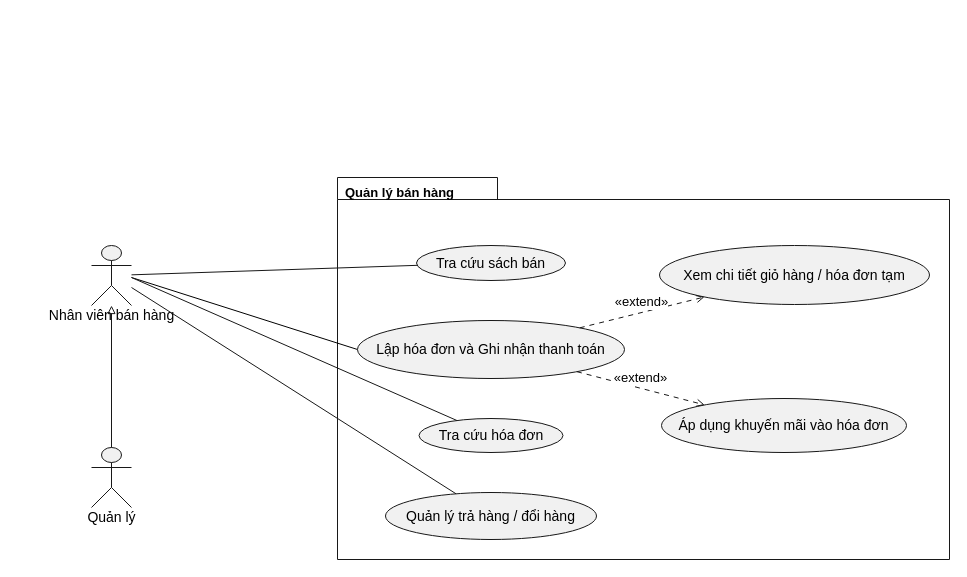
Before: docs/diagrams/Sơ đồ usecase/QuanLyBanHang.drawio in chihai9-dev/quan-ly-nha-sach-ooad, a draw.io diagram. Source tidied: cells renumbered, new cells numbered last; positions are measured from the earlier drawing's top-left corner, leaving out a move shared by most shapes. Both pictures are drawn from the tidied source at 100%, with x=0, y=0 at pixel (17, 17).
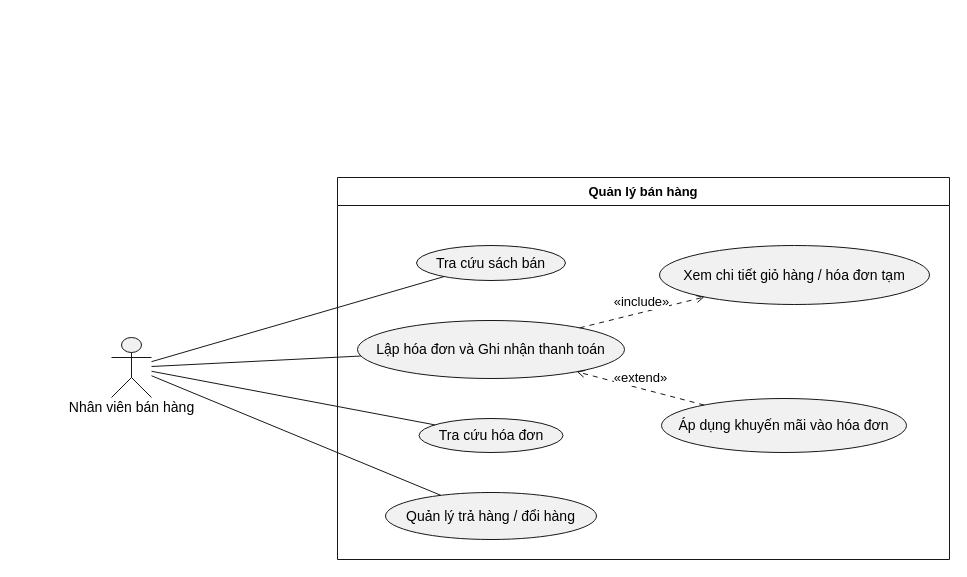
The same diagram, later.

The change refers to these unchanged cells:
```xml
<mxCell id="2" style="group;transparentBounds=1;editIcon=1;lockedGroup=0;groupPadding=10;" parent="1" vertex="1">
  <mxGeometry x="44" as="geometry" />
</mxCell>
<mxCell id="10" value="Lập hóa đơn và Ghi nhận thanh toán" style="ellipse;html=1;fillColor=#F1F1F1;strokeColor=#181818;whiteSpace=wrap;fontColor=#000000;fontSize=14;" parent="7" vertex="1">
  <mxGeometry x="20" y="143" width="267" height="58" as="geometry" />
</mxCell>
<mxCell id="11" value="Tra cứu hóa đơn" style="ellipse;html=1;fillColor=#F1F1F1;strokeColor=#181818;whiteSpace=wrap;fontColor=#000000;fontSize=14;" parent="7" vertex="1">
  <mxGeometry x="81.5" y="241" width="144" height="34" as="geometry" />
</mxCell>
<mxCell id="12" value="Quản lý trả hàng / đổi hàng" style="ellipse;html=1;fillColor=#F1F1F1;strokeColor=#181818;whiteSpace=wrap;fontColor=#000000;fontSize=14;" parent="7" vertex="1">
  <mxGeometry x="48" y="315" width="211" height="47" as="geometry" />
</mxCell>
<mxCell id="13" value="Xem chi tiết giỏ hàng / hóa đơn tạm" style="ellipse;html=1;fillColor=#F1F1F1;strokeColor=#181818;whiteSpace=wrap;fontColor=#000000;fontSize=14;" parent="7" vertex="1">
  <mxGeometry x="322" y="68" width="270" height="59" as="geometry" />
</mxCell>
<mxCell id="14" value="Áp dụng khuyến mãi vào hóa đơn" style="ellipse;html=1;fillColor=#F1F1F1;strokeColor=#181818;whiteSpace=wrap;fontColor=#000000;fontSize=14;" parent="7" vertex="1">
  <mxGeometry x="324" y="221" width="245" height="54" as="geometry" />
</mxCell>
```

The edit, as a diff of the source:
```diff
@@
     <mxCell id="3" style="shape=umlActor;html=1;fillColor=#F1F1F1;strokeColor=#181818;fontColor=#000000;fontSize=14;" parent="2" vertex="1">
-      <mxGeometry x="30" y="228" width="40" height="60" as="geometry" />
+      <mxGeometry x="50" y="320" width="40" height="60" as="geometry" />
     </mxCell>
@@
-    <mxCell id="5" style="shape=umlActor;html=1;fillColor=#F1F1F1;strokeColor=#181818;fontColor=#000000;fontSize=14;" parent="2" vertex="1">
-      <mxGeometry x="30" y="430" width="40" height="60" as="geometry" />
-    </mxCell>
-    <mxCell id="6" value="Quản lý" style="text;html=1;align=center;verticalAlign=middle;spacingBottom=1;fontColor=#000000;fontSize=14;" parent="5" vertex="1">
-      <mxGeometry x="-74" y="62" width="188" height="17" as="geometry" />
-    </mxCell>
-    <mxCell id="7" value="Quản lý bán hàng" style="shape=folder;tabWidth=160;tabHeight=22;tabPosition=left;html=1;fillColor=none;strokeColor=#181818;fontColor=#000000;fontSize=13;fontStyle=1;align=left;verticalAlign=top;spacingLeft=6;spacingTop=1;" parent="2" vertex="1">
+    <mxCell id="7" value="Quản lý bán hàng" style="swimlane;startSize=28;html=1;fillColor=none;strokeColor=#181818;fontColor=#000000;fontSize=13;fontStyle=1;whiteSpace=wrap;" parent="2" vertex="1">
       <mxGeometry x="276" y="160" width="612" height="382" as="geometry" />
     </mxCell>
@@
-    <mxCell id="9" style="rounded=0;jettySize=auto;html=1;defaultLabelBackgroundColor=page;endArrow=none;endFill=0;exitX=0;exitY=0.5;exitDx=0;exitDy=0;" parent="7" edge="1" source="10">
-      <mxGeometry relative="1" as="geometry">
-        <mxPoint x="-206" y="100" as="targetPoint" />
-      </mxGeometry>
-    </mxCell>
@@
-    <mxCell id="15" value="«extend»" style="endArrow=open;dashed=1;dashPattern=5 5;strokeColor=#181818;fontColor=#000000;fontSize=13;edgeStyle=none;rounded=0;html=1;verticalAlign=bottom;curved=0;endSize=6;sourcePerimeterSpacing=0;targetPerimeterSpacing=0;" parent="7" edge="1" source="10" target="13">
+    <mxCell id="15" value="«include»" style="endArrow=open;dashed=1;dashPattern=5 5;strokeColor=#181818;fontColor=#000000;fontSize=13;edgeStyle=none;rounded=0;html=1;verticalAlign=bottom;curved=0;endSize=6;sourcePerimeterSpacing=0;targetPerimeterSpacing=0;" parent="7" edge="1" source="10" target="13">
       <mxGeometry relative="1" as="geometry" />
     </mxCell>
-    <mxCell id="16" value="«extend»" style="endArrow=open;dashed=1;dashPattern=5 5;strokeColor=#181818;fontColor=#000000;fontSize=13;edgeStyle=none;rounded=0;html=1;verticalAlign=bottom;curved=0;endSize=6;sourcePerimeterSpacing=0;targetPerimeterSpacing=0;" parent="7" edge="1" source="10" target="14">
+    <mxCell id="16" value="«extend»" style="endArrow=open;dashed=1;dashPattern=5 5;strokeColor=#181818;fontColor=#000000;fontSize=13;edgeStyle=none;rounded=0;html=1;verticalAlign=bottom;curved=0;endSize=6;sourcePerimeterSpacing=0;targetPerimeterSpacing=0;" parent="7" edge="1" source="14" target="10">
       <mxGeometry relative="1" as="geometry" />
     </mxCell>
-    <mxCell id="17" style="endArrow=block;endFill=0;strokeColor=#181818;fontColor=#000000;fontSize=13;edgeStyle=none;rounded=0;html=1;curved=0;endSize=6;sourcePerimeterSpacing=0;targetPerimeterSpacing=0;" parent="2" edge="1" source="5" target="3">
-      <mxGeometry relative="1" as="geometry" />
-    </mxCell>
@@
+    <mxCell id="9" style="endArrow=none;endFill=0;strokeColor=#181818;fontColor=#000000;fontSize=13;edgeStyle=none;rounded=0;html=1;curved=0;endSize=6;sourcePerimeterSpacing=0;targetPerimeterSpacing=0;" parent="2" edge="1" source="3" target="10">
+      <mxGeometry relative="1" as="geometry" />
+    </mxCell>
-    <mxCell id="19" style="endArrow=none;endFill=0;strokeColor=#181818;fontColor=#000000;fontSize=13;edgeStyle=none;rounded=0;html=1;curved=0;endSize=6;sourcePerimeterSpacing=0;targetPerimeterSpacing=0;" parent="2" edge="1" target="11">
-      <mxGeometry relative="1" as="geometry">
-        <mxPoint x="70" y="260" as="sourcePoint" />
-      </mxGeometry>
+    <mxCell id="19" style="endArrow=none;endFill=0;strokeColor=#181818;fontColor=#000000;fontSize=13;edgeStyle=none;rounded=0;html=1;curved=0;endSize=6;sourcePerimeterSpacing=0;targetPerimeterSpacing=0;" parent="2" edge="1" source="3" target="11">
+      <mxGeometry relative="1" as="geometry" />
     </mxCell>
-    <mxCell id="20" style="endArrow=none;endFill=0;strokeColor=#181818;fontColor=#000000;fontSize=13;edgeStyle=none;rounded=0;html=1;curved=0;endSize=6;sourcePerimeterSpacing=0;targetPerimeterSpacing=0;" parent="2" edge="1" target="12">
-      <mxGeometry relative="1" as="geometry">
-        <mxPoint x="70" y="270" as="sourcePoint" />
-      </mxGeometry>
+    <mxCell id="20" style="endArrow=none;endFill=0;strokeColor=#181818;fontColor=#000000;fontSize=13;edgeStyle=none;rounded=0;html=1;curved=0;endSize=6;sourcePerimeterSpacing=0;targetPerimeterSpacing=0;" parent="2" edge="1" source="3" target="12">
+      <mxGeometry relative="1" as="geometry" />
     </mxCell>
```
